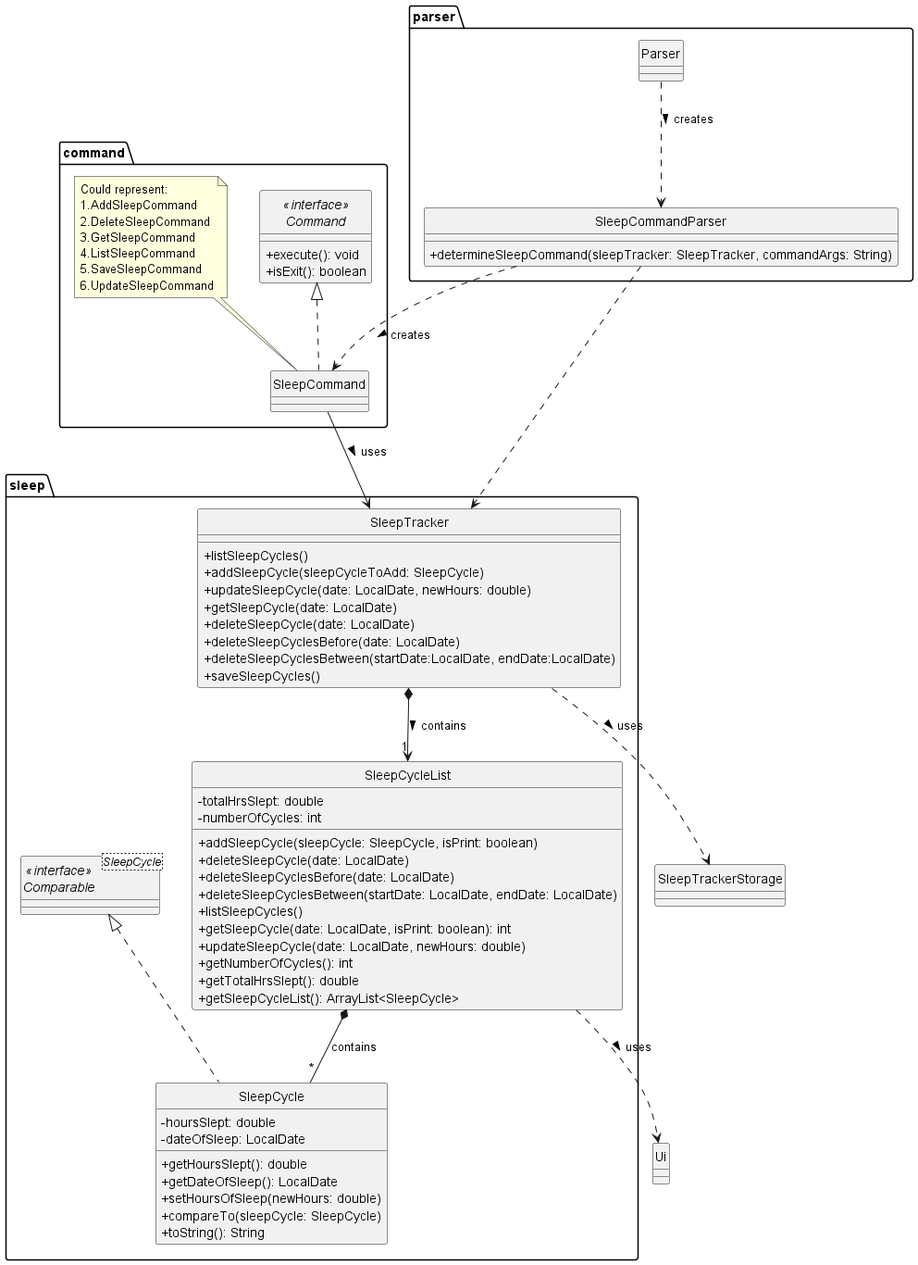
The PlantUML diagram docs/diagrams/sleep/SleepDiagram.png in AY2324S2-CS2113-T11-1/tp, before a commit.
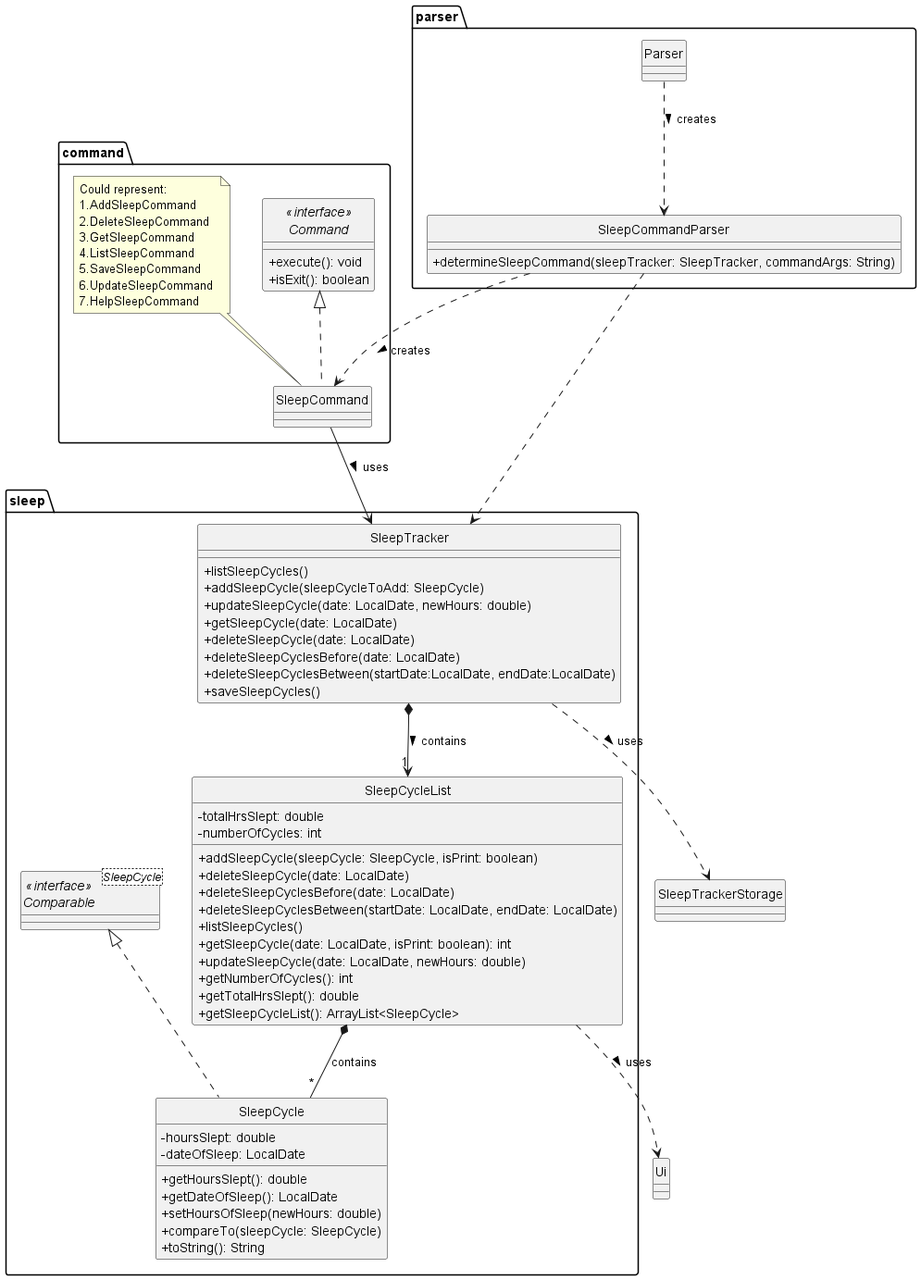
The same file after the commit.

Commit message:
Update guides for Sleep Tracker to include help menu

What changed in the source:
```diff
@@ -21,7 +21,7 @@
 
     class SleepCommand implements Command {
     }
-    note top of SleepCommand: Could represent: \n1.AddSleepCommand \n2.DeleteSleepCommand \n3.GetSleepCommand \n4.ListSleepCommand \n5.SaveSleepCommand \n6.UpdateSleepCommand
+    note top of SleepCommand: Could represent: \n1.AddSleepCommand \n2.DeleteSleepCommand \n3.GetSleepCommand \n4.ListSleepCommand \n5.SaveSleepCommand \n6.UpdateSleepCommand \n7.HelpSleepCommand
 
 
 }
```
